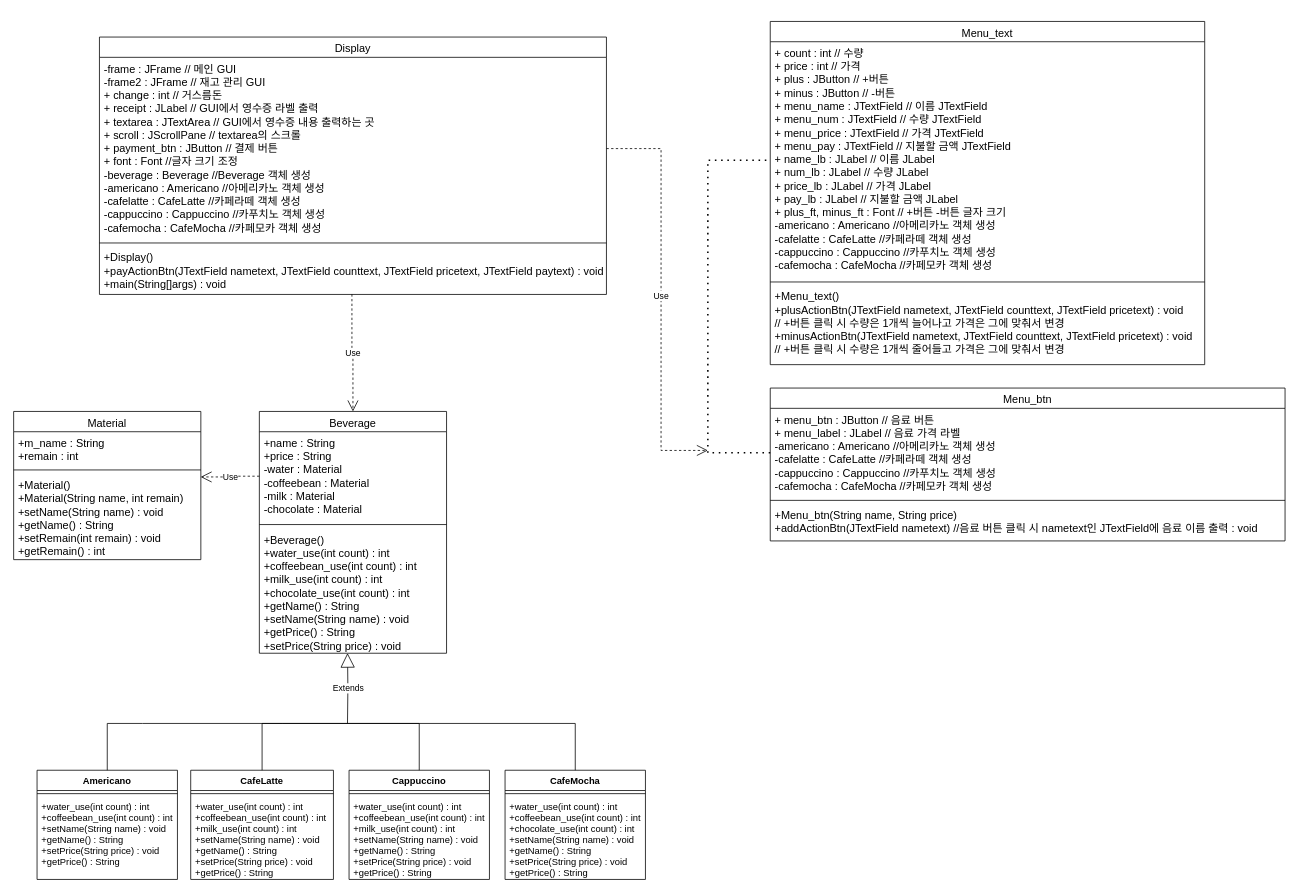
The draw.io diagram Untitled Diagram.drawio in ans2568/Messenger, before the edit. Source tidied: cells renumbered, new cells numbered last; positions are measured from the earlier drawing's top-left corner, leaving out a move shared by most shapes. Both pictures are drawn from the tidied source at 78%, with x=0, y=0 at pixel (13, 21).
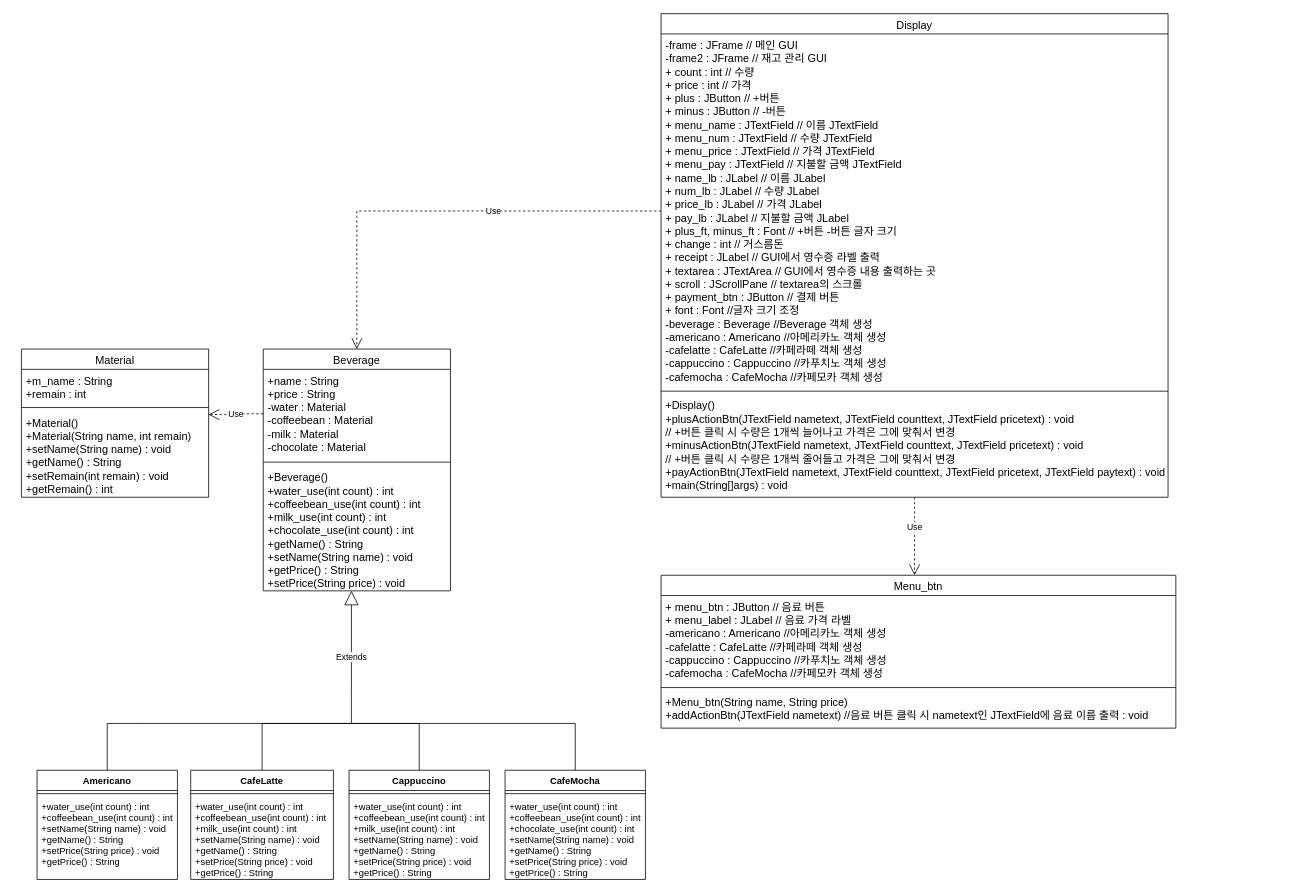
After the change.

The change refers to these unchanged cells:
```xml
<mxCell id="5" value="+Beverage()&#10;+water_use(int count) : int&#10;+coffeebean_use(int count) : int&#10;+milk_use(int count) : int&#10;+chocolate_use(int count) : int&#10;+getName() : String&#10;+setName(String name) : void&#10;+getPrice() : String&#10;+setPrice(String price) : void" style="text;align=left;verticalAlign=top;spacingLeft=4;spacingRight=4;overflow=hidden;points=[[0,0.5],[1,0.5]];portConstraint=eastwest;fontSize=14;" parent="2" vertex="1">
  <mxGeometry y="150" width="240" height="160" as="geometry" />
</mxCell>
<mxCell id="11" value="+ menu_btn : JButton // 음료 버튼&#10;+ menu_label : JLabel // 음료 가격 라벨&#10;-americano : Americano //아메리카노 객체 생성&#10;-cafelatte : CafeLatte //카페라떼 객체 생성&#10;-cappuccino : Cappuccino //카푸치노 객체 생성&#10;-cafemocha : CafeMocha //카페모카 객체 생성" style="text;align=left;verticalAlign=top;spacingLeft=4;spacingRight=4;overflow=hidden;points=[[0,0.5],[1,0.5]];portConstraint=eastwest;fontSize=14;" parent="10" vertex="1">
  <mxGeometry y="26" width="660" height="114" as="geometry" />
</mxCell>
```

What changed in the source:
```diff
@@
     <mxCell id="2" value="Beverage" style="swimlane;fontStyle=0;align=center;verticalAlign=top;horizontal=1;startSize=26;rounded=0;shadow=0;strokeWidth=1;fontSize=14;" parent="1" vertex="1">
-      <mxGeometry x="315" y="500" width="240" height="310" as="geometry" />
+      <mxGeometry x="320" y="420" width="240" height="310" as="geometry" />
     </mxCell>
@@
     <mxCell id="6" value="Display" style="swimlane;fontStyle=0;align=center;verticalAlign=top;horizontal=1;startSize=26;rounded=0;shadow=0;strokeWidth=1;fontSize=14;" parent="1" vertex="1">
-      <mxGeometry x="110" y="20" width="650" height="330" as="geometry" />
+      <mxGeometry x="830" y="-10" width="650" height="620" as="geometry" />
     </mxCell>
-    <mxCell id="7" value="-frame : JFrame // 메인 GUI&#10;-frame2 : JFrame // 재고 관리 GUI&#10;+ change : int // 거스름돈&#10;+ receipt : JLabel // GUI에서 영수증 라벨 출력&#10;+ textarea : JTextArea // GUI에서 영수증 내용 출력하는 곳&#10;+ scroll : JScrollPane // textarea의 스크롤&#10;+ payment_btn : JButton // 결제 버튼&#10;+ font : Font //글자 크기 조정&#10;-beverage : Beverage //Beverage 객체 생성&#10;-americano : Americano //아메리카노 객체 생성&#10;-cafelatte : CafeLatte //카페라떼 객체 생성&#10;-cappuccino : Cappuccino //카푸치노 객체 생성&#10;-cafemocha : CafeMocha //카페모카 객체 생성" style="text;align=left;verticalAlign=top;spacingLeft=4;spacingRight=4;overflow=hidden;points=[[0,0.5],[1,0.5]];portConstraint=eastwest;fontSize=14;" parent="6" vertex="1">
-      <mxGeometry y="26" width="650" height="234" as="geometry" />
+    <mxCell id="7" value="-frame : JFrame // 메인 GUI&#10;-frame2 : JFrame // 재고 관리 GUI&#10;+ count : int // 수량&#10;+ price : int // 가격&#10;+ plus : JButton // +버튼&#10;+ minus : JButton // -버튼&#10;+ menu_name : JTextField // 이름 JTextField&#10;+ menu_num : JTextField // 수량 JTextField&#10;+ menu_price : JTextField // 가격 JTextField&#10;+ menu_pay : JTextField // 지불할 금액 JTextField&#10;+ name_lb : JLabel // 이름 JLabel&#10;+ num_lb : JLabel // 수량 JLabel&#10;+ price_lb : JLabel // 가격 JLabel&#10;+ pay_lb : JLabel // 지불할 금액 JLabel&#10;+ plus_ft, minus_ft : Font // +버튼 -버튼 글자 크기&#10;+ change : int // 거스름돈&#10;+ receipt : JLabel // GUI에서 영수증 라벨 출력&#10;+ textarea : JTextArea // GUI에서 영수증 내용 출력하는 곳&#10;+ scroll : JScrollPane // textarea의 스크롤&#10;+ payment_btn : JButton // 결제 버튼&#10;+ font : Font //글자 크기 조정&#10;-beverage : Beverage //Beverage 객체 생성&#10;-americano : Americano //아메리카노 객체 생성&#10;-cafelatte : CafeLatte //카페라떼 객체 생성&#10;-cappuccino : Cappuccino //카푸치노 객체 생성&#10;-cafemocha : CafeMocha //카페모카 객체 생성" style="text;align=left;verticalAlign=top;spacingLeft=4;spacingRight=4;overflow=hidden;points=[[0,0.5],[1,0.5]];portConstraint=eastwest;fontSize=14;" parent="6" vertex="1">
+      <mxGeometry y="26" width="650" height="454" as="geometry" />
     </mxCell>
     <mxCell id="8" style="line;html=1;strokeWidth=1;align=left;verticalAlign=middle;spacingTop=-1;spacingLeft=3;spacingRight=3;labelPosition=right;fontSize=14;" parent="6" vertex="1">
-      <mxGeometry y="260" width="650" height="8" as="geometry" />
+      <mxGeometry y="480" width="650" height="8" as="geometry" />
     </mxCell>
-    <mxCell id="9" value="+Display()&#10;+payActionBtn(JTextField nametext, JTextField counttext, JTextField pricetext, JTextField paytext) : void&#10;+main(String[]args) : void" style="text;strokeColor=none;fillColor=none;align=left;verticalAlign=top;spacingLeft=4;spacingRight=4;overflow=hidden;points=[[0,0.5],[1,0.5]];portConstraint=eastwest;fontSize=14;" parent="6" vertex="1">
-      <mxGeometry y="268" width="650" height="62" as="geometry" />
+    <mxCell id="9" value="+Display()&#10;+plusActionBtn(JTextField nametext, JTextField counttext, JTextField pricetext) : void&#10;// +버튼 클릭 시 수량은 1개씩 늘어나고 가격은 그에 맞춰서 변경&#10;+minusActionBtn(JTextField nametext, JTextField counttext, JTextField pricetext) : void&#10;// +버튼 클릭 시 수량은 1개씩 줄어들고 가격은 그에 맞춰서 변경&#10;+payActionBtn(JTextField nametext, JTextField counttext, JTextField pricetext, JTextField paytext) : void&#10;+main(String[]args) : void" style="text;strokeColor=none;fillColor=none;align=left;verticalAlign=top;spacingLeft=4;spacingRight=4;overflow=hidden;points=[[0,0.5],[1,0.5]];portConstraint=eastwest;fontSize=14;" parent="6" vertex="1">
+      <mxGeometry y="488" width="650" height="132" as="geometry" />
     </mxCell>
     <mxCell id="10" value="Menu_btn" style="swimlane;fontStyle=0;align=center;verticalAlign=top;horizontal=1;startSize=26;rounded=0;shadow=0;strokeWidth=1;fontSize=14;" parent="1" vertex="1">
-      <mxGeometry x="970" y="470" width="660" height="196" as="geometry" />
+      <mxGeometry x="830" y="710" width="660" height="196" as="geometry" />
     </mxCell>
@@
-    <mxCell id="14" value="Menu_text" style="swimlane;fontStyle=0;align=center;verticalAlign=top;horizontal=1;startSize=26;rounded=0;shadow=0;strokeWidth=1;fontSize=14;" parent="1" vertex="1">
-      <mxGeometry x="970" width="557" height="440" as="geometry" />
-    </mxCell>
-    <mxCell id="15" value="+ count : int // 수량&#10;+ price : int // 가격&#10;+ plus : JButton // +버튼&#10;+ minus : JButton // -버튼&#10;+ menu_name : JTextField // 이름 JTextField&#10;+ menu_num : JTextField // 수량 JTextField&#10;+ menu_price : JTextField // 가격 JTextField&#10;+ menu_pay : JTextField // 지불할 금액 JTextField&#10;+ name_lb : JLabel // 이름 JLabel&#10;+ num_lb : JLabel // 수량 JLabel&#10;+ price_lb : JLabel // 가격 JLabel&#10;+ pay_lb : JLabel // 지불할 금액 JLabel&#10;+ plus_ft, minus_ft : Font // +버튼 -버튼 글자 크기&#10;-americano : Americano //아메리카노 객체 생성&#10;-cafelatte : CafeLatte //카페라떼 객체 생성&#10;-cappuccino : Cappuccino //카푸치노 객체 생성&#10;-cafemocha : CafeMocha //카페모카 객체 생성" style="text;align=left;verticalAlign=top;spacingLeft=4;spacingRight=4;overflow=hidden;points=[[0,0.5],[1,0.5]];portConstraint=eastwest;fontSize=14;" parent="14" vertex="1">
-      <mxGeometry y="26" width="557" height="304" as="geometry" />
-    </mxCell>
-    <mxCell id="16" style="line;html=1;strokeWidth=1;align=left;verticalAlign=middle;spacingTop=-1;spacingLeft=3;spacingRight=3;labelPosition=right;fontSize=14;" parent="14" vertex="1">
-      <mxGeometry y="330" width="557" height="8" as="geometry" />
-    </mxCell>
-    <mxCell id="17" value="+Menu_text()&#10;+plusActionBtn(JTextField nametext, JTextField counttext, JTextField pricetext) : void&#10;// +버튼 클릭 시 수량은 1개씩 늘어나고 가격은 그에 맞춰서 변경&#10;+minusActionBtn(JTextField nametext, JTextField counttext, JTextField pricetext) : void&#10;// +버튼 클릭 시 수량은 1개씩 줄어들고 가격은 그에 맞춰서 변경" style="text;align=left;verticalAlign=top;spacingLeft=4;spacingRight=4;overflow=hidden;fontSize=14;" parent="14" vertex="1">
-      <mxGeometry y="338" width="557" height="102" as="geometry" />
-    </mxCell>
@@
     <mxCell id="30" value="Material" style="swimlane;fontStyle=0;align=center;verticalAlign=top;horizontal=1;startSize=26;rounded=0;shadow=0;strokeWidth=1;fontSize=14;" parent="1" vertex="1">
-      <mxGeometry y="500" width="240" height="190" as="geometry" />
+      <mxGeometry x="10" y="420" width="240" height="190" as="geometry" />
     </mxCell>
@@
     <mxCell id="34" value="Extends" style="endArrow=block;endSize=16;endFill=0;html=1;rounded=0;edgeStyle=orthogonalEdgeStyle;entryX=0.471;entryY=0.999;entryDx=0;entryDy=0;entryPerimeter=0;" parent="1" edge="1" target="5">
       <mxGeometry relative="1" as="geometry">
-        <mxPoint x="428" y="900" as="sourcePoint" />
+        <mxPoint x="433" y="900" as="sourcePoint" />
+        <Array as="points">
+          <mxPoint x="433" y="860" />
+          <mxPoint x="433" y="860" />
+        </Array>
       </mxGeometry>
     </mxCell>
@@
-    <mxCell id="38" style="endArrow=none;dashed=1;html=1;dashPattern=1 3;strokeWidth=2;rounded=0;edgeStyle=orthogonalEdgeStyle;entryX=0;entryY=0.5;entryDx=0;entryDy=0;exitX=0;exitY=0.5;exitDx=0;exitDy=0;" parent="1" edge="1" source="11" target="15">
-      <mxGeometry relative="1" as="geometry">
-        <Array as="points">
-          <mxPoint x="890" y="553" />
-          <mxPoint x="890" y="178" />
-        </Array>
-      </mxGeometry>
-    </mxCell>
+    <mxCell id="40" value="Use" style="endArrow=open;endSize=12;dashed=1;html=1;rounded=0;edgeStyle=orthogonalEdgeStyle;exitX=0;exitY=0.5;exitDx=0;exitDy=0;entryX=0.5;entryY=0;entryDx=0;entryDy=0;" parent="1" edge="1" source="7" target="2">
+      <mxGeometry x="-0.24" relative="1" as="geometry">
+        <Array as="points">
+          <mxPoint x="440" y="243" />
+        </Array>
+      </mxGeometry>
+    </mxCell>
-    <mxCell id="39" value="Use" style="endArrow=open;endSize=12;dashed=1;html=1;rounded=0;edgeStyle=orthogonalEdgeStyle;exitX=1;exitY=0.5;exitDx=0;exitDy=0;" parent="1" edge="1" source="7">
-      <mxGeometry relative="1" as="geometry">
-        <mxPoint x="890" y="550" as="targetPoint" />
+    <mxCell id="39" value="Use" style="endArrow=open;endSize=12;dashed=1;html=1;rounded=0;edgeStyle=orthogonalEdgeStyle;exitX=0.5;exitY=1;exitDx=0;exitDy=0;exitPerimeter=0;" parent="1" edge="1" source="9">
+      <mxGeometry x="-0.24" relative="1" as="geometry">
+        <mxPoint x="1155" y="710" as="targetPoint" />
         <Array as="points">
-          <mxPoint x="830" y="163" />
-          <mxPoint x="830" y="550" />
+          <mxPoint x="1155" y="710" />
         </Array>
       </mxGeometry>
     </mxCell>
-    <mxCell id="40" value="Use" style="endArrow=open;endSize=12;dashed=1;html=1;rounded=0;edgeStyle=orthogonalEdgeStyle;exitX=0.498;exitY=0.997;exitDx=0;exitDy=0;entryX=0.5;entryY=0;entryDx=0;entryDy=0;exitPerimeter=0;" parent="1" edge="1" source="9" target="2">
-      <mxGeometry relative="1" as="geometry" />
-    </mxCell>
```
